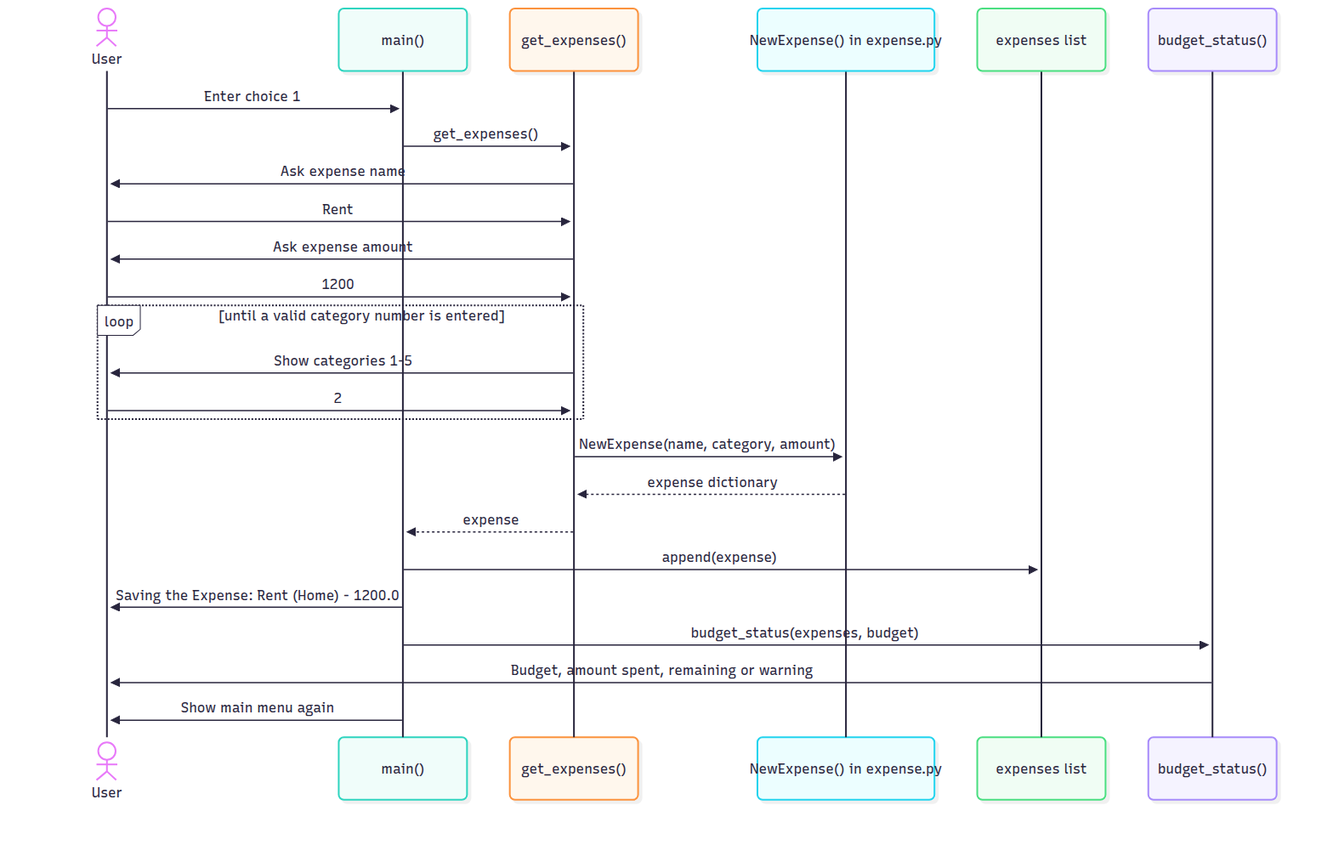
This is images/fig4-sequence.png from 1divyansh/Expense-tracker-, a Mermaid export, as it was before one commit. Its source is kept beside it as diagrams/fig4-sequence.mmd. Its diagram source:
```mermaid
sequenceDiagram
    actor User
    participant M as main()
    participant G as get_expenses()
    participant N as NewExpense() in expense.py
    participant L as expenses list
    participant B as budget_status()

    User->>M: Enter choice 1
    M->>G: get_expenses()
    G->>User: Ask expense name
    User->>G: Rent
    G->>User: Ask expense amount
    User->>G: 1200
    loop until a valid category number is entered
        G->>User: Show categories 1-5
        User->>G: 2
    end
    G->>N: NewExpense(name, category, amount)
    N-->>G: expense dictionary
    G-->>M: expense
    M->>L: append(expense)
    M->>User: Saving the Expense: Rent (Home) - 1200.0
    M->>B: budget_status(expenses, budget)
    B->>User: Budget, amount spent, remaining or warning
    M->>User: Show main menu again
```
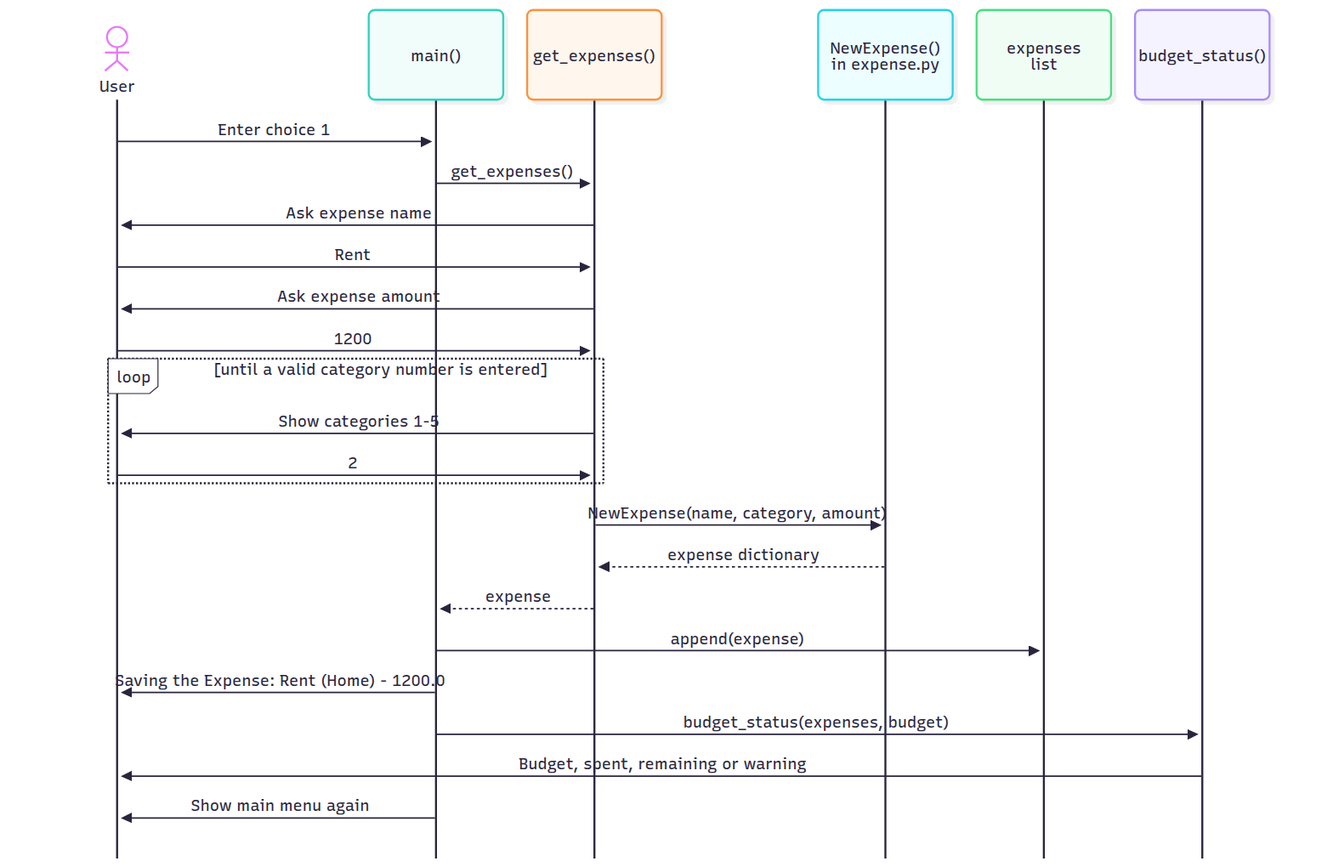
The same diagram one commit later.

Change to the diagram source:
```diff
@@ -2,8 +2,8 @@
     actor User
     participant M as main()
     participant G as get_expenses()
-    participant N as NewExpense() in expense.py
-    participant L as expenses list
+    participant N as NewExpense()<br/>in expense.py
+    participant L as expenses<br/>list
     participant B as budget_status()
 
     User->>M: Enter choice 1
@@ -22,5 +22,5 @@
     M->>L: append(expense)
     M->>User: Saving the Expense: Rent (Home) - 1200.0
     M->>B: budget_status(expenses, budget)
-    B->>User: Budget, amount spent, remaining or warning
+    B->>User: Budget, spent, remaining or warning
     M->>User: Show main menu again
```
